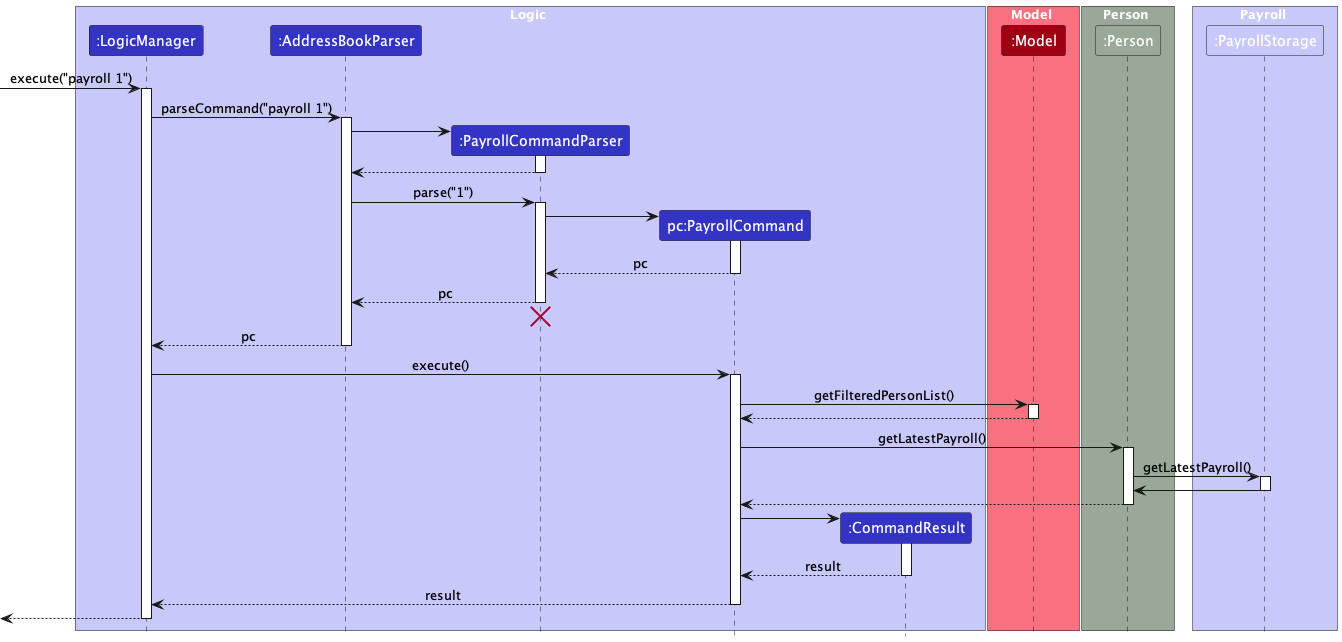
Earlier version of the PlantUML export docs/images/PayrollCalculationSequenceDiagram.png (nus-cs2103-AY2324S1/tp). Source of this version:
```plantuml
@startuml
!include style.puml
skinparam ArrowFontStyle plain
skinparam sequenceReferenceBackgroundColor white

box Logic LOGIC_COLOR_T1
participant ":LogicManager" as LogicManager LOGIC_COLOR
participant ":AddressBookParser" as AddressBookParser LOGIC_COLOR
participant ":PayrollCommandParser" as PayrollCommandParser LOGIC_COLOR
participant "pc:PayrollCommand" as PayrollCommand LOGIC_COLOR
participant ":CommandResult" as CommandResult LOGIC_COLOR
end box

box Model MODEL_COLOR_T1
participant ":Model" as Model MODEL_COLOR
end box

box Person PERSON_COLOR
participant ":Person" as Person PERSON_COLOR
end box

box Payroll LOGIC_COLOR_T1
  participant ":PayrollStorage" as PayrollStorage LOGIC_COLOR_T1
end box

[-> LogicManager : execute("payroll 1")
activate LogicManager

LogicManager -> AddressBookParser : parseCommand("payroll 1")
activate AddressBookParser

create PayrollCommandParser
AddressBookParser -> PayrollCommandParser
activate PayrollCommandParser

PayrollCommandParser --> AddressBookParser
deactivate PayrollCommandParser

AddressBookParser -> PayrollCommandParser : parse("1")
activate PayrollCommandParser

create PayrollCommand
PayrollCommandParser -> PayrollCommand
activate PayrollCommand

PayrollCommand --> PayrollCommandParser : pc
deactivate PayrollCommand

PayrollCommandParser --> AddressBookParser : pc
deactivate PayrollCommandParser

PayrollCommandParser -[hidden]-> AddressBookParser
destroy PayrollCommandParser

AddressBookParser --> LogicManager : pc
deactivate AddressBookParser

LogicManager -> PayrollCommand : execute()
activate PayrollCommand

PayrollCommand -> Model : getFilteredPersonList()
activate Model

Model --> PayrollCommand:
deactivate Model

PayrollCommand -> Person : getLatestPayroll()
activate Person

Person -> PayrollStorage : getLatestPayroll()
activate PayrollStorage

PayrollStorage -> Person
deactivate PayrollStorage

Person --> PayrollCommand :
deactivate Person

create CommandResult
PayrollCommand -> CommandResult
activate CommandResult

CommandResult --> PayrollCommand : result
deactivate CommandResult

PayrollCommand --> LogicManager : result
deactivate PayrollCommand

[<--LogicManager
deactivate LogicManager

@enduml
```
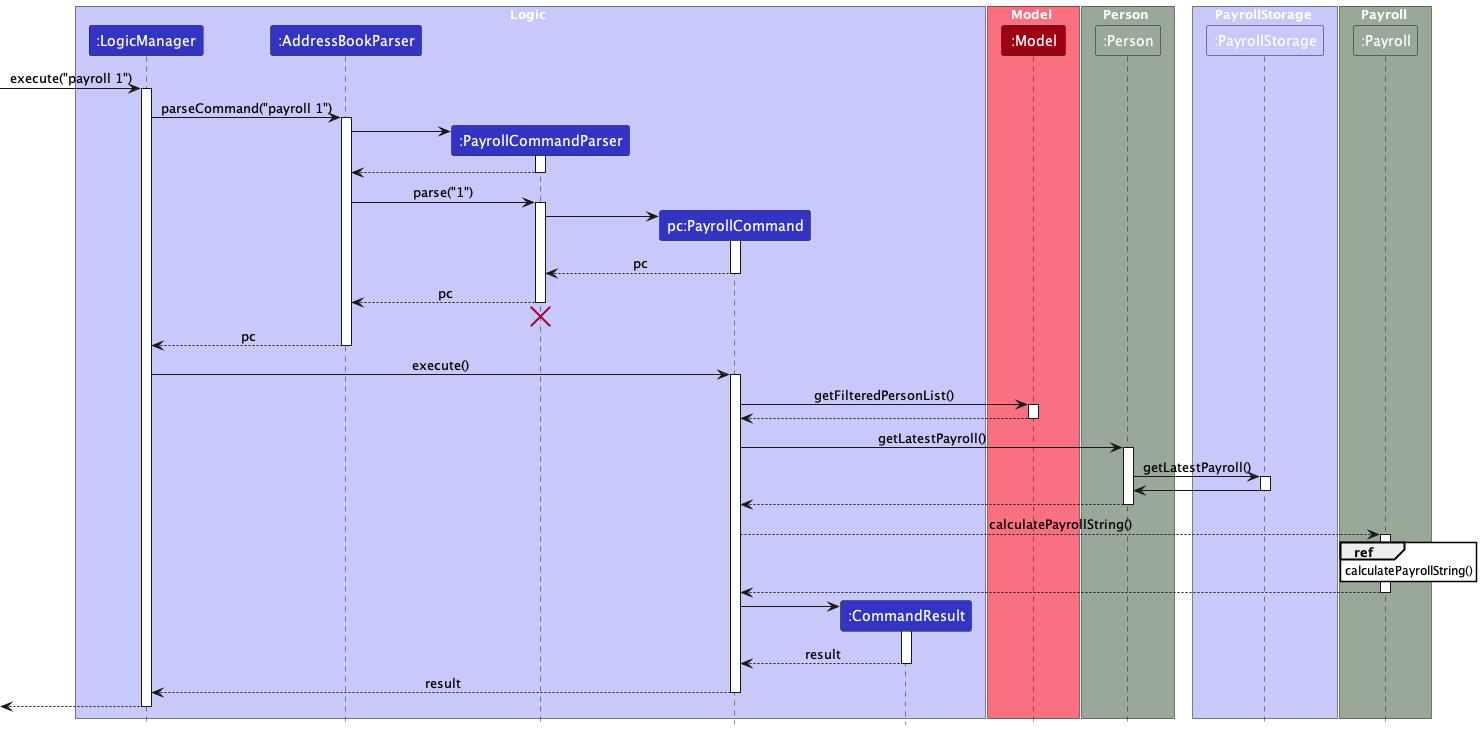
After the change.

Change to the diagram source:
```diff
@@ -19,8 +19,12 @@
 participant ":Person" as Person PERSON_COLOR
 end box
 
-box Payroll LOGIC_COLOR_T1
-  participant ":PayrollStorage" as PayrollStorage LOGIC_COLOR_T1
+box PayrollStorage LOGIC_COLOR_T1
+participant ":PayrollStorage" as PayrollStorage LOGIC_COLOR_T1
+end box
+
+box Payroll PERSON_COLOR
+participant ":Payroll" as Payroll PERSON_COLOR
 end box
 
 [-> LogicManager : execute("payroll 1")
@@ -76,6 +80,14 @@
 Person --> PayrollCommand :
 deactivate Person
 
+PayrollCommand --> Payroll : calculatePayrollString()
+activate Payroll
+
+ref over Payroll: calculatePayrollString()
+
+Payroll --> PayrollCommand
+deactivate Payroll
+
 create CommandResult
 PayrollCommand -> CommandResult
 activate CommandResult
```
